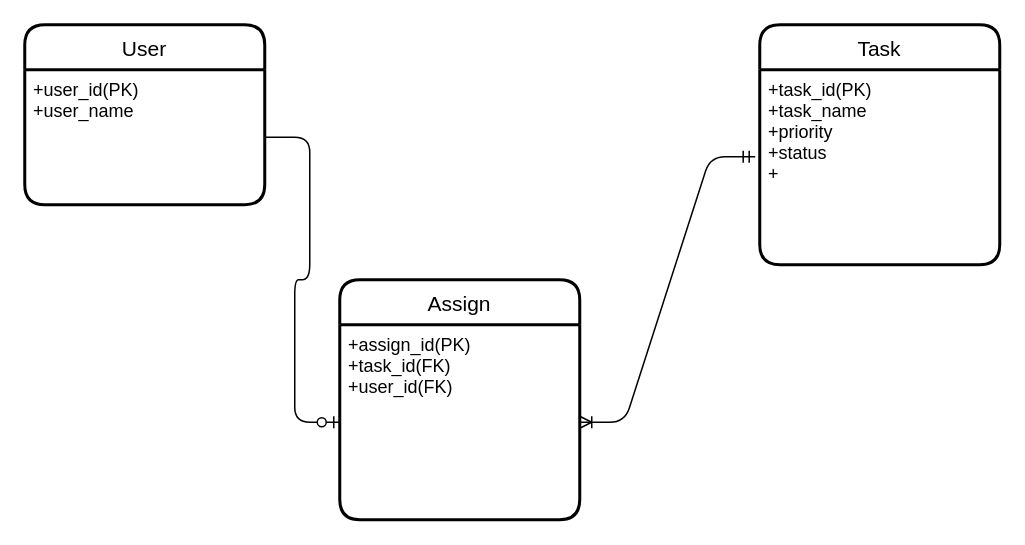
The draw.io diagram er.drawio in tetsu-sh/TodoApp, before the edit. Source tidied: cells renumbered, new cells numbered last; positions are measured from the earlier drawing's top-left corner, leaving out a move shared by most shapes. Both pictures are drawn from the tidied source at 150%, with x=0, y=0 at pixel (24, 24).
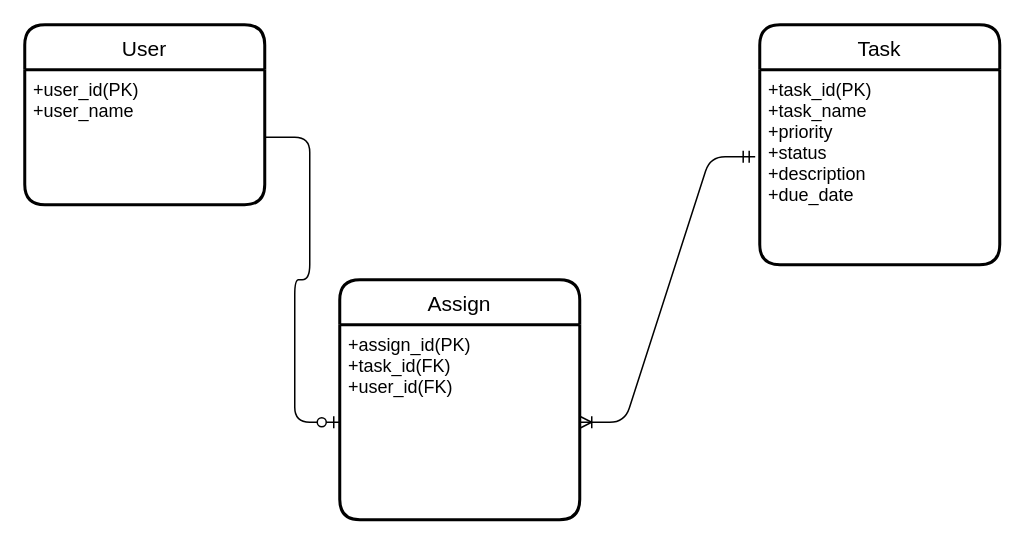
The same diagram, later.

Change to the diagram source:
```diff
@@
 <mxGraphModel>
   <root>
     <mxCell id="0" />
     <mxCell id="1" parent="0" />
     <mxCell id="2" value="User" style="swimlane;horizontal=1;startSize=30;rounded=1;fontSize=14;fontStyle=0;strokeWidth=2;shadow=0;dashed=0;align=center;" parent="1" vertex="1">
       <mxGeometry width="160" height="120" as="geometry" />
     </mxCell>
     <mxCell id="3" value="+user_id(PK)&#10;+user_name&#10;" style="align=left;strokeColor=none;fillColor=none;spacingLeft=4;fontSize=12;verticalAlign=top;" parent="2" vertex="1">
       <mxGeometry y="30" width="160" height="90" as="geometry" />
     </mxCell>
     <mxCell id="4" value="Task" style="swimlane;horizontal=1;startSize=30;rounded=1;fontSize=14;fontStyle=0;strokeWidth=2;shadow=0;dashed=0;align=center;" parent="1" vertex="1">
       <mxGeometry x="490" width="160" height="160" as="geometry" />
     </mxCell>
-    <mxCell id="5" value="+task_id(PK)&#10;+task_name&#10;+priority&#10;+status&#10;+&#10;" style="align=left;strokeColor=none;fillColor=none;spacingLeft=4;fontSize=12;verticalAlign=top;" parent="4" vertex="1">
+    <mxCell id="5" value="+task_id(PK)&#10;+task_name&#10;+priority&#10;+status&#10;+description&#10;+due_date&#10;" style="align=left;strokeColor=none;fillColor=none;spacingLeft=4;fontSize=12;verticalAlign=top;" parent="4" vertex="1">
       <mxGeometry y="30" width="160" height="130" as="geometry" />
     </mxCell>
     <mxCell id="6" value="Assign" style="swimlane;horizontal=1;startSize=30;rounded=1;fontSize=14;fontStyle=0;strokeWidth=2;shadow=0;dashed=0;align=center;" parent="1" vertex="1">
       <mxGeometry x="210" y="170" width="160" height="160" as="geometry" />
     </mxCell>
     <mxCell id="7" value="+assign_id(PK)&#10;+task_id(FK)&#10;+user_id(FK)&#10;" style="align=left;strokeColor=none;fillColor=none;spacingLeft=4;fontSize=12;verticalAlign=top;" parent="6" vertex="1">
       <mxGeometry y="30" width="160" height="130" as="geometry" />
     </mxCell>
     <mxCell id="8" style="edgeStyle=entityRelationEdgeStyle;fontSize=12;html=1;endArrow=ERoneToMany;startArrow=ERmandOne;exitX=-0.019;exitY=0.446;exitDx=0;exitDy=0;exitPerimeter=0;entryX=1;entryY=0.5;entryDx=0;entryDy=0;" parent="1" edge="1" source="5" target="7">
       <mxGeometry relative="1" as="geometry" />
     </mxCell>
     <mxCell id="9" style="edgeStyle=entityRelationEdgeStyle;fontSize=12;html=1;endArrow=ERzeroToOne;endFill=1;exitX=1;exitY=0.5;exitDx=0;exitDy=0;entryX=0;entryY=0.5;entryDx=0;entryDy=0;" parent="1" edge="1" source="3" target="7">
       <mxGeometry relative="1" as="geometry" />
     </mxCell>
   </root>
 </mxGraphModel>
```
